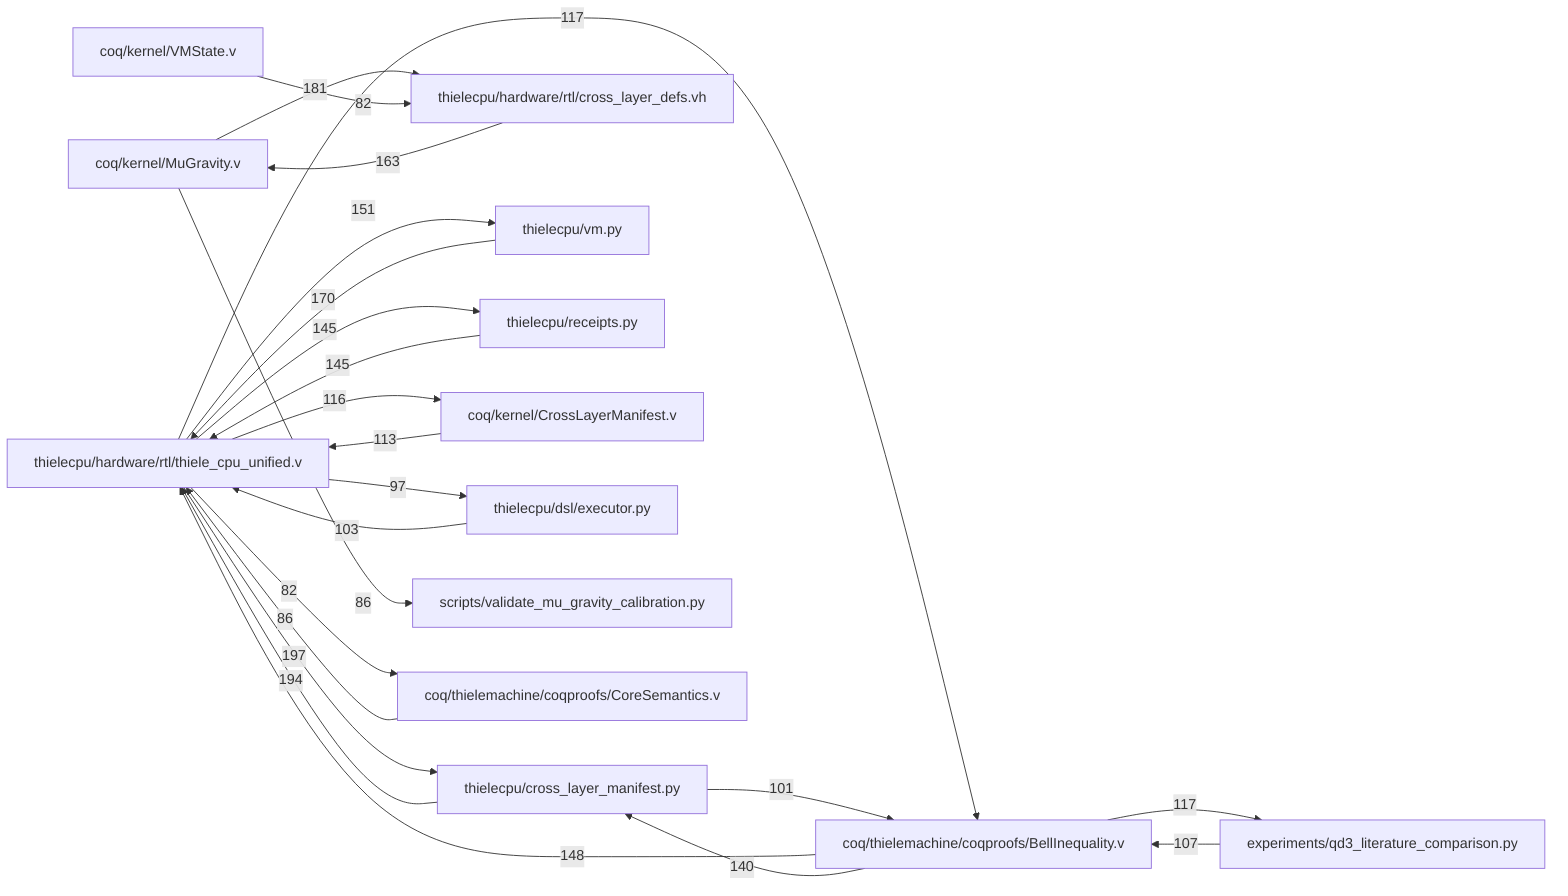
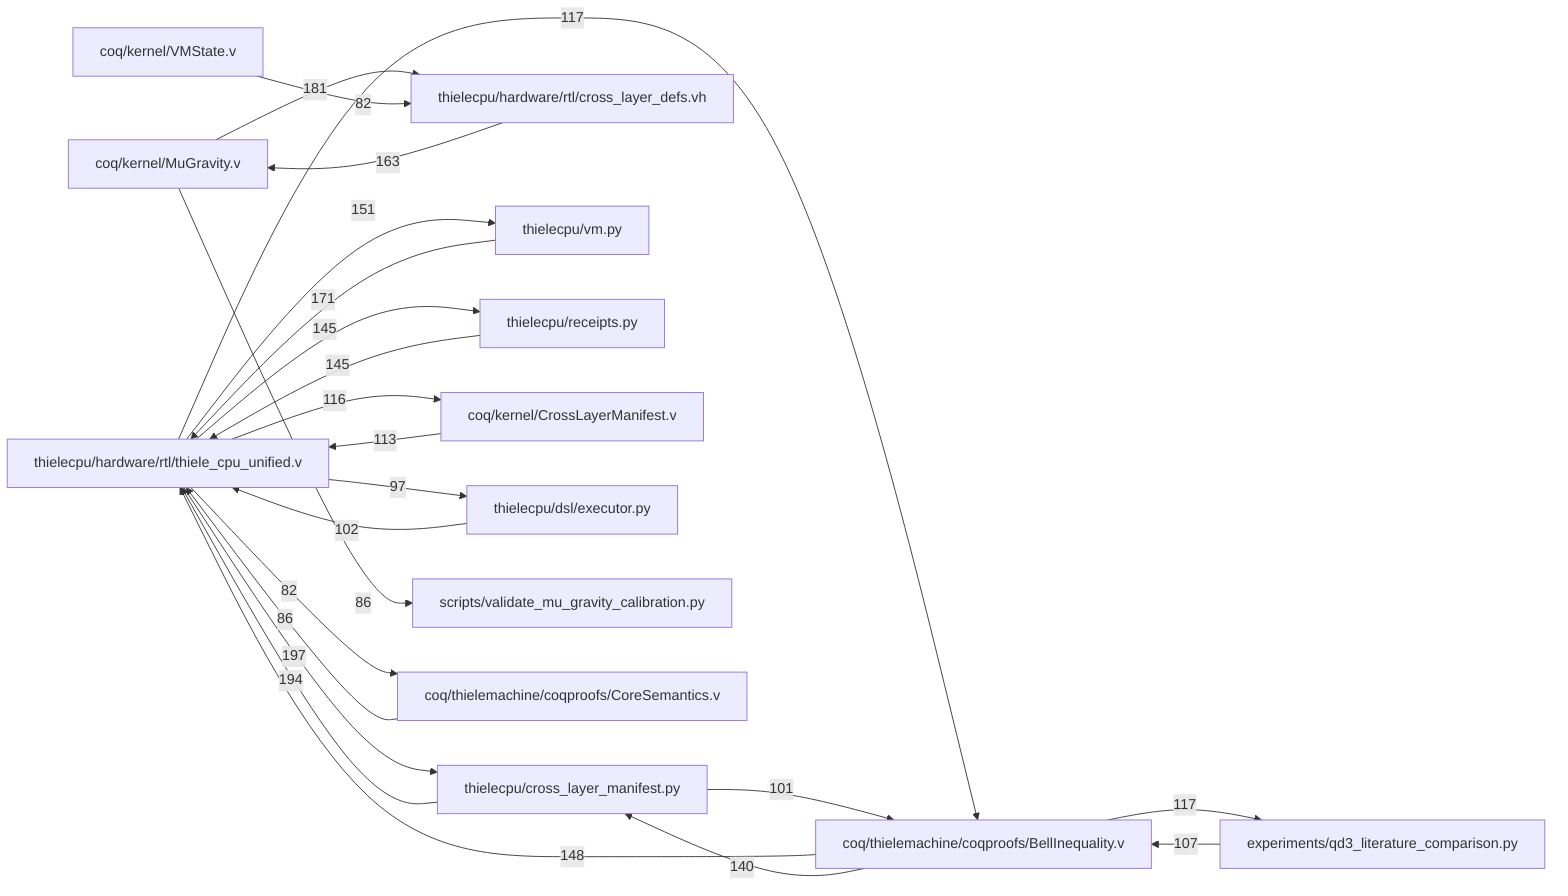
flowchart LR
  N1["thielecpu/hardware/rtl/thiele_cpu_unified.v"]
  N2["thielecpu/cross_layer_manifest.py"]
  N1 -->|197| N2
  N2["thielecpu/cross_layer_manifest.py"]
  N1["thielecpu/hardware/rtl/thiele_cpu_unified.v"]
  N2 -->|194| N1
  N3["coq/kernel/MuGravity.v"]
  N4["thielecpu/hardware/rtl/cross_layer_defs.vh"]
  N3 -->|181| N4
  N5["thielecpu/vm.py"]
  N1["thielecpu/hardware/rtl/thiele_cpu_unified.v"]
-   N5 -->|170| N1
+   N5 -->|171| N1
  N4["thielecpu/hardware/rtl/cross_layer_defs.vh"]
  N3["coq/kernel/MuGravity.v"]
  N4 -->|163| N3
  N1["thielecpu/hardware/rtl/thiele_cpu_unified.v"]
  N5["thielecpu/vm.py"]
  N1 -->|151| N5
  N6["coq/thielemachine/coqproofs/BellInequality.v"]
  N1["thielecpu/hardware/rtl/thiele_cpu_unified.v"]
  N6 -->|148| N1
  N1["thielecpu/hardware/rtl/thiele_cpu_unified.v"]
  N7["thielecpu/receipts.py"]
  N1 -->|145| N7
  N7["thielecpu/receipts.py"]
  N1["thielecpu/hardware/rtl/thiele_cpu_unified.v"]
  N7 -->|145| N1
  N6["coq/thielemachine/coqproofs/BellInequality.v"]
  N2["thielecpu/cross_layer_manifest.py"]
  N6 -->|140| N2
  N6["coq/thielemachine/coqproofs/BellInequality.v"]
  N8["experiments/qd3_literature_comparison.py"]
  N6 -->|117| N8
  N1["thielecpu/hardware/rtl/thiele_cpu_unified.v"]
  N6["coq/thielemachine/coqproofs/BellInequality.v"]
  N1 -->|117| N6
  N1["thielecpu/hardware/rtl/thiele_cpu_unified.v"]
  N9["coq/kernel/CrossLayerManifest.v"]
  N1 -->|116| N9
  N9["coq/kernel/CrossLayerManifest.v"]
  N1["thielecpu/hardware/rtl/thiele_cpu_unified.v"]
  N9 -->|113| N1
  N8["experiments/qd3_literature_comparison.py"]
  N6["coq/thielemachine/coqproofs/BellInequality.v"]
  N8 -->|107| N6
  N10["thielecpu/dsl/executor.py"]
  N1["thielecpu/hardware/rtl/thiele_cpu_unified.v"]
-   N10 -->|103| N1
+   N10 -->|102| N1
  N2["thielecpu/cross_layer_manifest.py"]
  N6["coq/thielemachine/coqproofs/BellInequality.v"]
  N2 -->|101| N6
  N1["thielecpu/hardware/rtl/thiele_cpu_unified.v"]
  N10["thielecpu/dsl/executor.py"]
  N1 -->|97| N10
  N3["coq/kernel/MuGravity.v"]
  N11["scripts/validate_mu_gravity_calibration.py"]
  N3 -->|86| N11
  N12["coq/thielemachine/coqproofs/CoreSemantics.v"]
  N1["thielecpu/hardware/rtl/thiele_cpu_unified.v"]
  N12 -->|86| N1
  N13["coq/kernel/VMState.v"]
  N4["thielecpu/hardware/rtl/cross_layer_defs.vh"]
  N13 -->|82| N4
  N1["thielecpu/hardware/rtl/thiele_cpu_unified.v"]
  N12["coq/thielemachine/coqproofs/CoreSemantics.v"]
  N1 -->|82| N12
